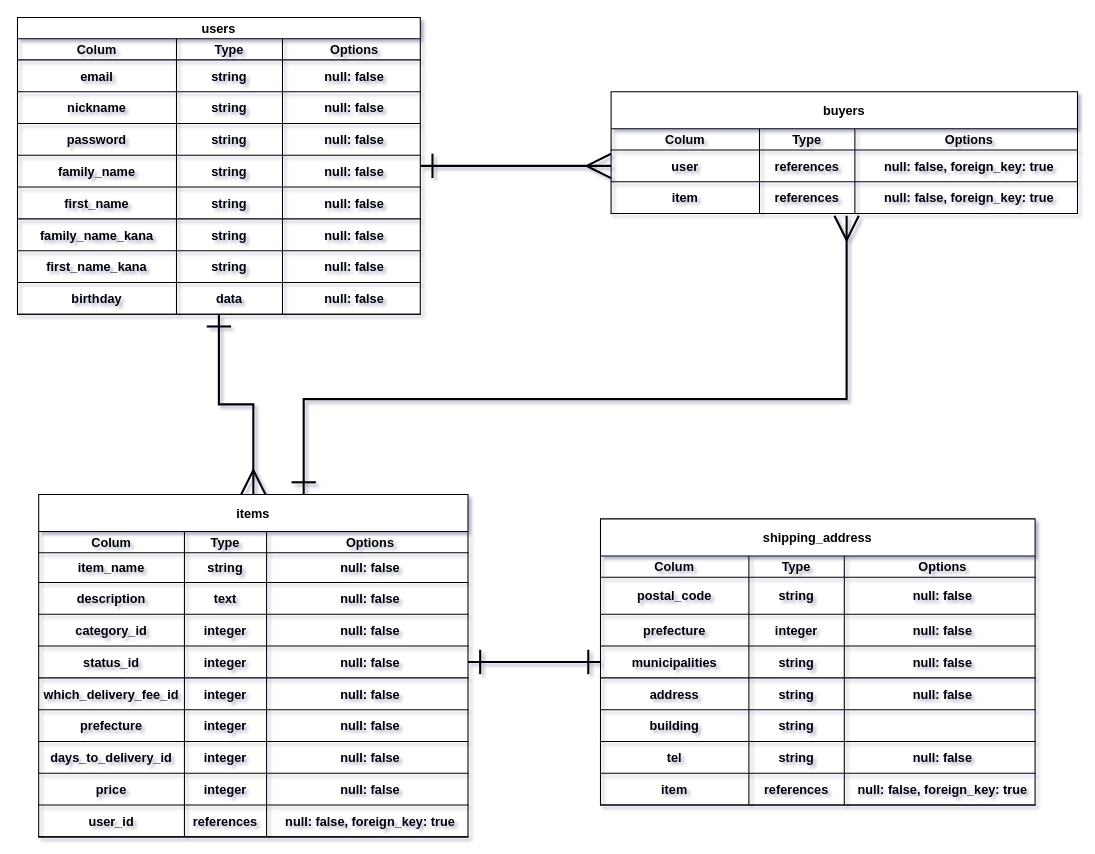
The draw.io diagram db/db.drawio in Tomoaki-git/furima-34423, before the edit. Source tidied: cells renumbered, new cells numbered last; positions are measured from the earlier drawing's top-left corner, leaving out a move shared by most shapes. Both pictures are drawn from the tidied source at 106%, with x=0, y=0 at pixel (17, 17).
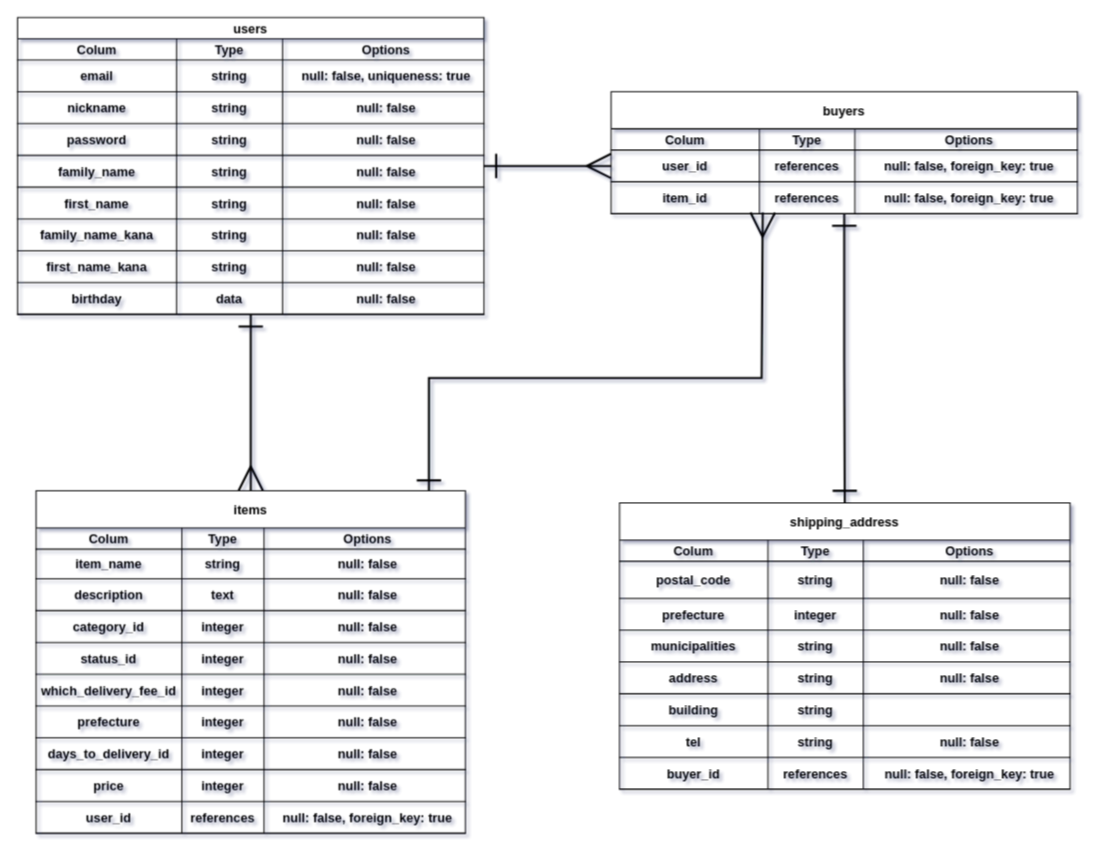
The same diagram, later.

Commit message (it also covers changes not shown here):
データベース設計：修正3（アソシエーション組み直し）

Unchanged cells that the change refers to:
```xml
<mxCell id="60" style="shape=partialRectangle;fillColor=none;top=0;left=0;bottom=1;right=0;points=[[0,0.5],[1,0.5]];portConstraint=eastwest;" parent="43" vertex="1">
  <mxGeometry y="143" width="405" height="30" as="geometry" />
</mxCell>
<mxCell id="118" value="buyers" style="shape=table;startSize=35;childLayout=tableLayout;rowLines=0;fontStyle=1;align=center;rounded=0;sketch=0;" parent="1" vertex="1">
  <mxGeometry x="560" y="70" width="440" height="115" as="geometry" />
</mxCell>
<mxCell id="123" style="shape=partialRectangle;fillColor=none;top=0;left=0;bottom=1;right=0;points=[[0,0.5],[1,0.5]];portConstraint=eastwest;" parent="118" vertex="1">
  <mxGeometry y="55" width="440" height="30" as="geometry" />
</mxCell>
<mxCell id="127" style="shape=partialRectangle;fillColor=none;top=0;left=0;bottom=1;right=0;points=[[0,0.5],[1,0.5]];portConstraint=eastwest;" parent="118" vertex="1">
  <mxGeometry y="85" width="440" height="30" as="geometry" />
</mxCell>
```

What changed in the source:
```diff
@@
     <mxCell id="5" value="users" style="shape=table;startSize=20;childLayout=tableLayout;rowLines=0;fontStyle=1;align=center;rounded=0;sketch=0;" parent="1" vertex="1">
-      <mxGeometry width="380" height="280" as="geometry" />
+      <mxGeometry width="440" height="280" as="geometry" />
     </mxCell>
     <mxCell id="6" style="shape=partialRectangle;fillColor=none;top=0;left=0;bottom=1;right=0;" parent="5" vertex="1">
-      <mxGeometry y="20" width="380" height="20" as="geometry" />
+      <mxGeometry y="20" width="440" height="20" as="geometry" />
     </mxCell>
@@
     <mxCell id="9" value="Options" style="shape=partialRectangle;fillColor=none;top=0;left=0;bottom=0;right=0;align=center;spacingLeft=6;fontStyle=1;overflow=hidden;" parent="6" vertex="1">
-      <mxGeometry x="250" width="130" height="20" as="geometry" />
+      <mxGeometry x="250" width="190" height="20" as="geometry" />
     </mxCell>
     <mxCell id="10" style="shape=partialRectangle;fillColor=none;top=0;left=0;bottom=1;right=0;" parent="5" vertex="1">
-      <mxGeometry y="40" width="380" height="30" as="geometry" />
+      <mxGeometry y="40" width="440" height="30" as="geometry" />
     </mxCell>
@@
-    <mxCell id="13" value="null: false" style="shape=partialRectangle;fillColor=none;top=0;left=0;bottom=0;right=0;align=center;spacingLeft=6;fontStyle=1;overflow=hidden;" parent="10" vertex="1">
-      <mxGeometry x="250" width="130" height="30" as="geometry" />
+    <mxCell id="13" value="null: false, uniqueness: true" style="shape=partialRectangle;fillColor=none;top=0;left=0;bottom=0;right=0;align=center;spacingLeft=6;fontStyle=1;overflow=hidden;" parent="10" vertex="1">
+      <mxGeometry x="250" width="190" height="30" as="geometry" />
     </mxCell>
     <mxCell id="14" style="shape=partialRectangle;fillColor=none;top=0;left=0;bottom=1;right=0;" parent="5" vertex="1">
-      <mxGeometry y="70" width="380" height="30" as="geometry" />
+      <mxGeometry y="70" width="440" height="30" as="geometry" />
     </mxCell>
@@
     <mxCell id="17" value="null: false" style="shape=partialRectangle;fillColor=none;top=0;left=0;bottom=0;right=0;align=center;spacingLeft=6;fontStyle=1;overflow=hidden;" parent="14" vertex="1">
-      <mxGeometry x="250" width="130" height="30" as="geometry" />
+      <mxGeometry x="250" width="190" height="30" as="geometry" />
     </mxCell>
     <mxCell id="18" style="shape=partialRectangle;fillColor=none;top=0;left=0;bottom=1;right=0;" parent="5" vertex="1">
-      <mxGeometry y="100" width="380" height="30" as="geometry" />
+      <mxGeometry y="100" width="440" height="30" as="geometry" />
     </mxCell>
@@
     <mxCell id="21" value="null: false" style="shape=partialRectangle;fillColor=none;top=0;left=0;bottom=0;right=0;align=center;spacingLeft=6;fontStyle=1;overflow=hidden;" parent="18" vertex="1">
-      <mxGeometry x="250" width="130" height="30" as="geometry" />
+      <mxGeometry x="250" width="190" height="30" as="geometry" />
     </mxCell>
     <mxCell id="22" style="shape=partialRectangle;fillColor=none;top=0;left=0;bottom=1;right=0;" parent="5" vertex="1">
-      <mxGeometry y="130" width="380" height="30" as="geometry" />
+      <mxGeometry y="130" width="440" height="30" as="geometry" />
     </mxCell>
@@
     <mxCell id="25" value="null: false" style="shape=partialRectangle;fillColor=none;top=0;left=0;bottom=0;right=0;align=center;spacingLeft=6;fontStyle=1;overflow=hidden;" parent="22" vertex="1">
-      <mxGeometry x="250" width="130" height="30" as="geometry" />
+      <mxGeometry x="250" width="190" height="30" as="geometry" />
     </mxCell>
     <mxCell id="26" style="shape=partialRectangle;fillColor=none;top=0;left=0;bottom=1;right=0;" parent="5" vertex="1">
-      <mxGeometry y="160" width="380" height="30" as="geometry" />
+      <mxGeometry y="160" width="440" height="30" as="geometry" />
     </mxCell>
@@
     <mxCell id="29" value="null: false" style="shape=partialRectangle;fillColor=none;top=0;left=0;bottom=0;right=0;align=center;spacingLeft=6;fontStyle=1;overflow=hidden;" parent="26" vertex="1">
-      <mxGeometry x="250" width="130" height="30" as="geometry" />
+      <mxGeometry x="250" width="190" height="30" as="geometry" />
     </mxCell>
     <mxCell id="30" style="shape=partialRectangle;fillColor=none;top=0;left=0;bottom=1;right=0;" parent="5" vertex="1">
-      <mxGeometry y="190" width="380" height="30" as="geometry" />
+      <mxGeometry y="190" width="440" height="30" as="geometry" />
     </mxCell>
@@
     <mxCell id="33" value="null: false" style="shape=partialRectangle;fillColor=none;top=0;left=0;bottom=0;right=0;align=center;spacingLeft=6;fontStyle=1;overflow=hidden;" parent="30" vertex="1">
-      <mxGeometry x="250" width="130" height="30" as="geometry" />
+      <mxGeometry x="250" width="190" height="30" as="geometry" />
     </mxCell>
     <mxCell id="34" style="shape=partialRectangle;fillColor=none;top=0;left=0;bottom=1;right=0;" parent="5" vertex="1">
-      <mxGeometry y="220" width="380" height="30" as="geometry" />
+      <mxGeometry y="220" width="440" height="30" as="geometry" />
     </mxCell>
@@
     <mxCell id="37" value="null: false" style="shape=partialRectangle;fillColor=none;top=0;left=0;bottom=0;right=0;align=center;spacingLeft=6;fontStyle=1;overflow=hidden;" parent="34" vertex="1">
-      <mxGeometry x="250" width="130" height="30" as="geometry" />
+      <mxGeometry x="250" width="190" height="30" as="geometry" />
     </mxCell>
     <mxCell id="38" style="shape=partialRectangle;fillColor=none;top=0;left=0;bottom=1;right=0;" parent="5" vertex="1">
-      <mxGeometry y="250" width="380" height="30" as="geometry" />
+      <mxGeometry y="250" width="440" height="30" as="geometry" />
     </mxCell>
@@
     <mxCell id="41" value="null: false" style="shape=partialRectangle;fillColor=none;top=0;left=0;bottom=0;right=0;align=center;spacingLeft=6;fontStyle=1;overflow=hidden;" parent="38" vertex="1">
-      <mxGeometry x="250" width="130" height="30" as="geometry" />
+      <mxGeometry x="250" width="190" height="30" as="geometry" />
     </mxCell>
-    <mxCell id="42" style="edgeStyle=orthogonalEdgeStyle;rounded=0;jumpSize=7;jettySize=auto;html=1;entryX=0.505;entryY=1.067;entryDx=0;entryDy=0;entryPerimeter=0;startArrow=ERone;startFill=0;startSize=20;sourcePerimeterSpacing=0;endArrow=ERmany;endFill=0;endSize=20;targetPerimeterSpacing=9;strokeWidth=2;" parent="1" edge="1" source="43" target="127">
+    <mxCell id="42" style="edgeStyle=orthogonalEdgeStyle;rounded=0;jettySize=auto;html=1;entryX=0.325;entryY=0.967;entryDx=0;entryDy=0;entryPerimeter=0;startArrow=ERone;startFill=0;startSize=20;endArrow=ERmany;endFill=0;endSize=20;strokeWidth=2;exitX=0.915;exitY=0.005;exitDx=0;exitDy=0;exitPerimeter=0;" parent="1" edge="1" source="43" target="127">
       <mxGeometry relative="1" as="geometry">
         <Array as="points">
-          <mxPoint x="270" y="360" />
-          <mxPoint x="782" y="360" />
+          <mxPoint x="388" y="340" />
+          <mxPoint x="702" y="340" />
         </Array>
       </mxGeometry>
     </mxCell>
     <mxCell id="43" value="items" style="shape=table;startSize=35;childLayout=tableLayout;rowLines=0;fontStyle=1;align=center;rounded=0;sketch=0;" parent="1" vertex="1">
-      <mxGeometry x="20" y="450" width="405" height="323" as="geometry" />
+      <mxGeometry x="17.5" y="446.5" width="405" height="323" as="geometry" />
     </mxCell>
@@
     <mxCell id="84" value="shipping_address" style="shape=table;startSize=35;childLayout=tableLayout;rowLines=0;fontStyle=1;align=center;rounded=0;sketch=0;" parent="1" vertex="1">
-      <mxGeometry x="550" y="473" width="410" height="270" as="geometry" />
+      <mxGeometry x="568" y="458" width="425" height="270" as="geometry" />
     </mxCell>
     <mxCell id="85" style="shape=partialRectangle;fillColor=none;top=0;left=0;bottom=1;right=0;" parent="84" vertex="1">
-      <mxGeometry y="35" width="410" height="20" as="geometry" />
+      <mxGeometry y="35" width="425" height="20" as="geometry" />
     </mxCell>
@@
     <mxCell id="88" value="Options" style="shape=partialRectangle;fillColor=none;top=0;left=0;bottom=0;right=0;align=center;spacingLeft=6;fontStyle=1;overflow=hidden;" parent="85" vertex="1">
-      <mxGeometry x="230" width="180" height="20" as="geometry" />
+      <mxGeometry x="230" width="195" height="20" as="geometry" />
     </mxCell>
     <mxCell id="89" style="shape=partialRectangle;fillColor=none;top=0;left=0;bottom=1;right=0;" parent="84" vertex="1">
-      <mxGeometry y="55" width="410" height="35" as="geometry" />
+      <mxGeometry y="55" width="425" height="35" as="geometry" />
     </mxCell>
@@
     <mxCell id="92" value="null: false" style="shape=partialRectangle;fillColor=none;top=0;left=0;bottom=0;right=0;align=center;spacingLeft=6;fontStyle=1;overflow=hidden;" parent="89" vertex="1">
-      <mxGeometry x="230" width="180" height="35" as="geometry" />
+      <mxGeometry x="230" width="195" height="35" as="geometry" />
     </mxCell>
     <mxCell id="93" style="shape=partialRectangle;fillColor=none;top=0;left=0;bottom=1;right=0;" parent="84" vertex="1">
-      <mxGeometry y="90" width="410" height="30" as="geometry" />
+      <mxGeometry y="90" width="425" height="30" as="geometry" />
     </mxCell>
@@
     <mxCell id="96" value="null: false" style="shape=partialRectangle;fillColor=none;top=0;left=0;bottom=0;right=0;align=center;spacingLeft=6;fontStyle=1;overflow=hidden;" parent="93" vertex="1">
-      <mxGeometry x="230" width="180" height="30" as="geometry" />
+      <mxGeometry x="230" width="195" height="30" as="geometry" />
     </mxCell>
     <mxCell id="97" style="shape=partialRectangle;fillColor=none;top=0;left=0;bottom=1;right=0;points=[[0,0.5],[1,0.5]];portConstraint=eastwest;" parent="84" vertex="1">
-      <mxGeometry y="120" width="410" height="30" as="geometry" />
+      <mxGeometry y="120" width="425" height="30" as="geometry" />
     </mxCell>
@@
     <mxCell id="100" value="null: false" style="shape=partialRectangle;fillColor=none;top=0;left=0;bottom=0;right=0;align=center;spacingLeft=6;fontStyle=1;overflow=hidden;" parent="97" vertex="1">
-      <mxGeometry x="230" width="180" height="30" as="geometry" />
+      <mxGeometry x="230" width="195" height="30" as="geometry" />
     </mxCell>
     <mxCell id="101" style="shape=partialRectangle;fillColor=none;top=0;left=0;bottom=1;right=0;" parent="84" vertex="1">
-      <mxGeometry y="150" width="410" height="30" as="geometry" />
+      <mxGeometry y="150" width="425" height="30" as="geometry" />
     </mxCell>
@@
     <mxCell id="104" value="null: false" style="shape=partialRectangle;fillColor=none;top=0;left=0;bottom=0;right=0;align=center;spacingLeft=6;fontStyle=1;overflow=hidden;" parent="101" vertex="1">
-      <mxGeometry x="230" width="180" height="30" as="geometry" />
+      <mxGeometry x="230" width="195" height="30" as="geometry" />
     </mxCell>
     <mxCell id="105" style="shape=partialRectangle;fillColor=none;top=0;left=0;bottom=1;right=0;" parent="84" vertex="1">
-      <mxGeometry y="180" width="410" height="30" as="geometry" />
+      <mxGeometry y="180" width="425" height="30" as="geometry" />
     </mxCell>
@@
     <mxCell id="108" style="shape=partialRectangle;fillColor=none;top=0;left=0;bottom=0;right=0;align=center;spacingLeft=6;fontStyle=1;overflow=hidden;" parent="105" vertex="1">
-      <mxGeometry x="230" width="180" height="30" as="geometry" />
+      <mxGeometry x="230" width="195" height="30" as="geometry" />
     </mxCell>
     <mxCell id="109" style="shape=partialRectangle;fillColor=none;top=0;left=0;bottom=1;right=0;" parent="84" vertex="1">
-      <mxGeometry y="210" width="410" height="30" as="geometry" />
+      <mxGeometry y="210" width="425" height="30" as="geometry" />
     </mxCell>
@@
     <mxCell id="112" value="null: false" style="shape=partialRectangle;fillColor=none;top=0;left=0;bottom=0;right=0;align=center;spacingLeft=6;fontStyle=1;overflow=hidden;" parent="109" vertex="1">
-      <mxGeometry x="230" width="180" height="30" as="geometry" />
+      <mxGeometry x="230" width="195" height="30" as="geometry" />
     </mxCell>
-    <mxCell id="113" style="shape=partialRectangle;fillColor=none;top=0;left=0;bottom=1;right=0;" parent="84" vertex="1">
-      <mxGeometry y="240" width="410" height="30" as="geometry" />
-    </mxCell>
-    <mxCell id="114" value="item" style="shape=partialRectangle;fillColor=none;top=0;left=0;bottom=0;right=0;fontStyle=1;overflow=hidden;" parent="113" vertex="1">
-      <mxGeometry width="140" height="30" as="geometry" />
-    </mxCell>
+    <mxCell id="131" style="shape=partialRectangle;fillColor=none;top=0;left=0;bottom=1;right=0;" parent="84" vertex="1">
+      <mxGeometry y="240" width="425" height="30" as="geometry" />
+    </mxCell>
+    <mxCell id="132" value="buyer_id" style="shape=partialRectangle;fillColor=none;top=0;left=0;bottom=0;right=0;fontStyle=1;overflow=hidden;" parent="131" vertex="1">
+      <mxGeometry width="140" height="30" as="geometry" />
+    </mxCell>
-    <mxCell id="115" value="references" style="shape=partialRectangle;fillColor=none;top=0;left=0;bottom=0;right=0;fontStyle=1;overflow=hidden;" parent="113" vertex="1">
+    <mxCell id="115" value="references" style="shape=partialRectangle;fillColor=none;top=0;left=0;bottom=0;right=0;fontStyle=1;overflow=hidden;" parent="131" vertex="1">
       <mxGeometry x="140" width="90" height="30" as="geometry" />
     </mxCell>
-    <mxCell id="116" value="null: false, foreign_key: true" style="shape=partialRectangle;fillColor=none;top=0;left=0;bottom=0;right=0;align=center;spacingLeft=6;fontStyle=1;overflow=hidden;" parent="113" vertex="1">
-      <mxGeometry x="230" width="180" height="30" as="geometry" />
+    <mxCell id="116" value="null: false, foreign_key: true" style="shape=partialRectangle;fillColor=none;top=0;left=0;bottom=0;right=0;align=center;spacingLeft=6;fontStyle=1;overflow=hidden;" parent="131" vertex="1">
+      <mxGeometry x="230" width="195" height="30" as="geometry" />
     </mxCell>
-    <mxCell id="117" style="edgeStyle=orthogonalEdgeStyle;rounded=0;jumpSize=7;jettySize=auto;html=1;exitX=0;exitY=0.5;exitDx=0;exitDy=0;startArrow=ERone;startFill=0;startSize=20;sourcePerimeterSpacing=0;endArrow=ERone;endFill=0;endSize=20;strokeWidth=2;targetPerimeterSpacing=9;entryX=1;entryY=0.5;entryDx=0;entryDy=0;" parent="1" edge="1" source="97" target="60">
-      <mxGeometry relative="1" as="geometry" />
-    </mxCell>
+    <mxCell id="133" style="edgeStyle=orthogonalEdgeStyle;rounded=0;jettySize=auto;html=1;entryX=0.5;entryY=0;entryDx=0;entryDy=0;startArrow=ERone;startFill=0;endArrow=ERone;endFill=0;endSize=20;startSize=20;strokeWidth=2;" parent="1" edge="1" source="118" target="84">
+      <mxGeometry relative="1" as="geometry" />
+    </mxCell>
@@
-    <mxCell id="124" value="user" style="shape=partialRectangle;fillColor=none;top=0;left=0;bottom=0;right=0;fontStyle=1;overflow=hidden;" parent="123" vertex="1">
+    <mxCell id="124" value="user_id" style="shape=partialRectangle;fillColor=none;top=0;left=0;bottom=0;right=0;fontStyle=1;overflow=hidden;" parent="123" vertex="1">
       <mxGeometry width="140" height="30" as="geometry" />
     </mxCell>
@@
-    <mxCell id="128" value="item" style="shape=partialRectangle;fillColor=none;top=0;left=0;bottom=0;right=0;fontStyle=1;overflow=hidden;" parent="127" vertex="1">
+    <mxCell id="128" value="item_id" style="shape=partialRectangle;fillColor=none;top=0;left=0;bottom=0;right=0;fontStyle=1;overflow=hidden;" parent="127" vertex="1">
       <mxGeometry width="140" height="30" as="geometry" />
     </mxCell>
```
